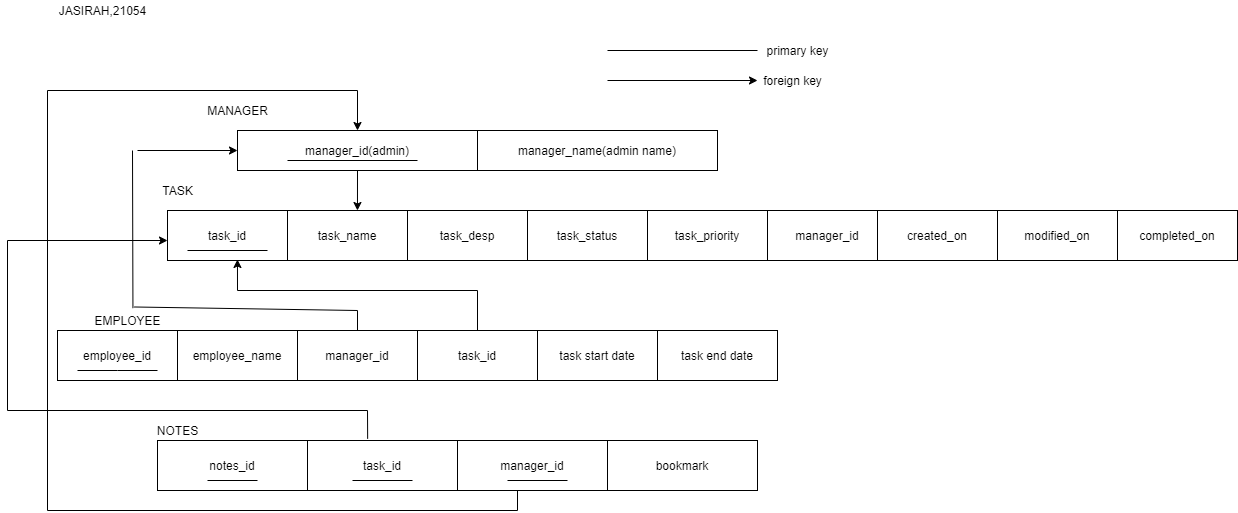
This is JASIRAH_CASE STUDY.png from JASJASIRAH/CASE-STUDY, a draw.io export, as it was before one commit. Source tidied: cells renumbered, new cells last; positions are measured from the earlier drawing's top-left corner, leaving out a move shared by most shapes.
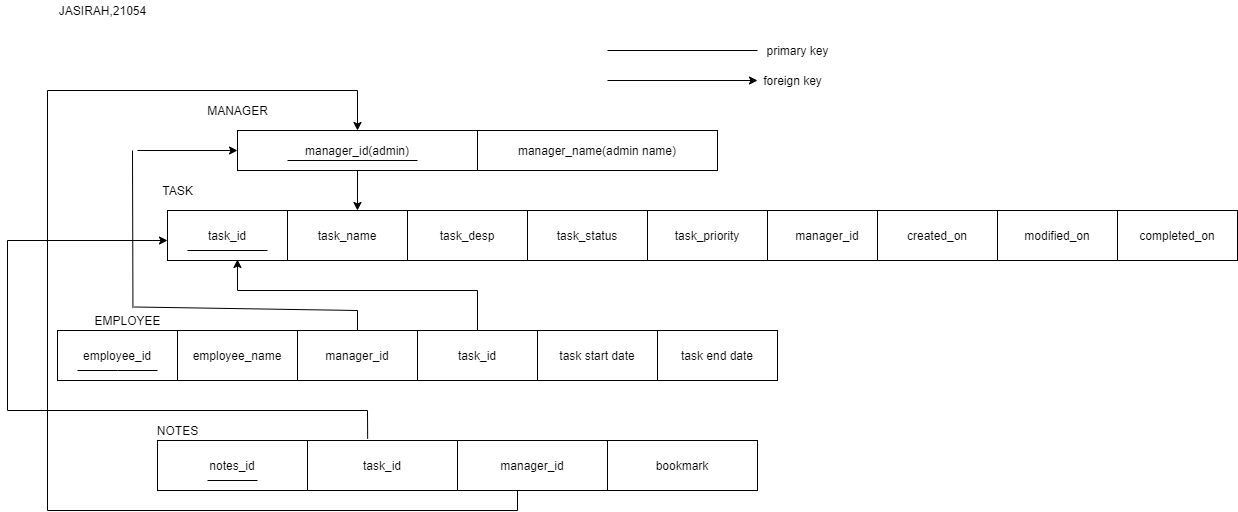
The same diagram one commit later.

Change to the diagram source:
```diff
@@ -135,21 +135,6 @@
         <mxPoint x="200" y="480" as="targetPoint" />
       </mxGeometry>
     </mxCell>
-    <mxCell id="38" style="endArrow=none;html=1;rounded=0;" parent="1" edge="1">
-      <mxGeometry relative="1" as="geometry">
-        <mxPoint x="345" y="480" as="sourcePoint" />
-        <mxPoint x="405" y="480" as="targetPoint" />
-        <Array as="points">
-          <mxPoint x="345" y="480" />
-        </Array>
-      </mxGeometry>
-    </mxCell>
-    <mxCell id="39" style="endArrow=none;html=1;rounded=0;" parent="1" edge="1">
-      <mxGeometry relative="1" as="geometry">
-        <mxPoint x="500" y="480" as="sourcePoint" />
-        <mxPoint x="560" y="480" as="targetPoint" />
-      </mxGeometry>
-    </mxCell>
     <mxCell id="40" style="endArrow=none;html=1;rounded=0;" parent="1" edge="1">
       <mxGeometry relative="1" as="geometry">
         <mxPoint x="260" y="250" as="sourcePoint" />
```
